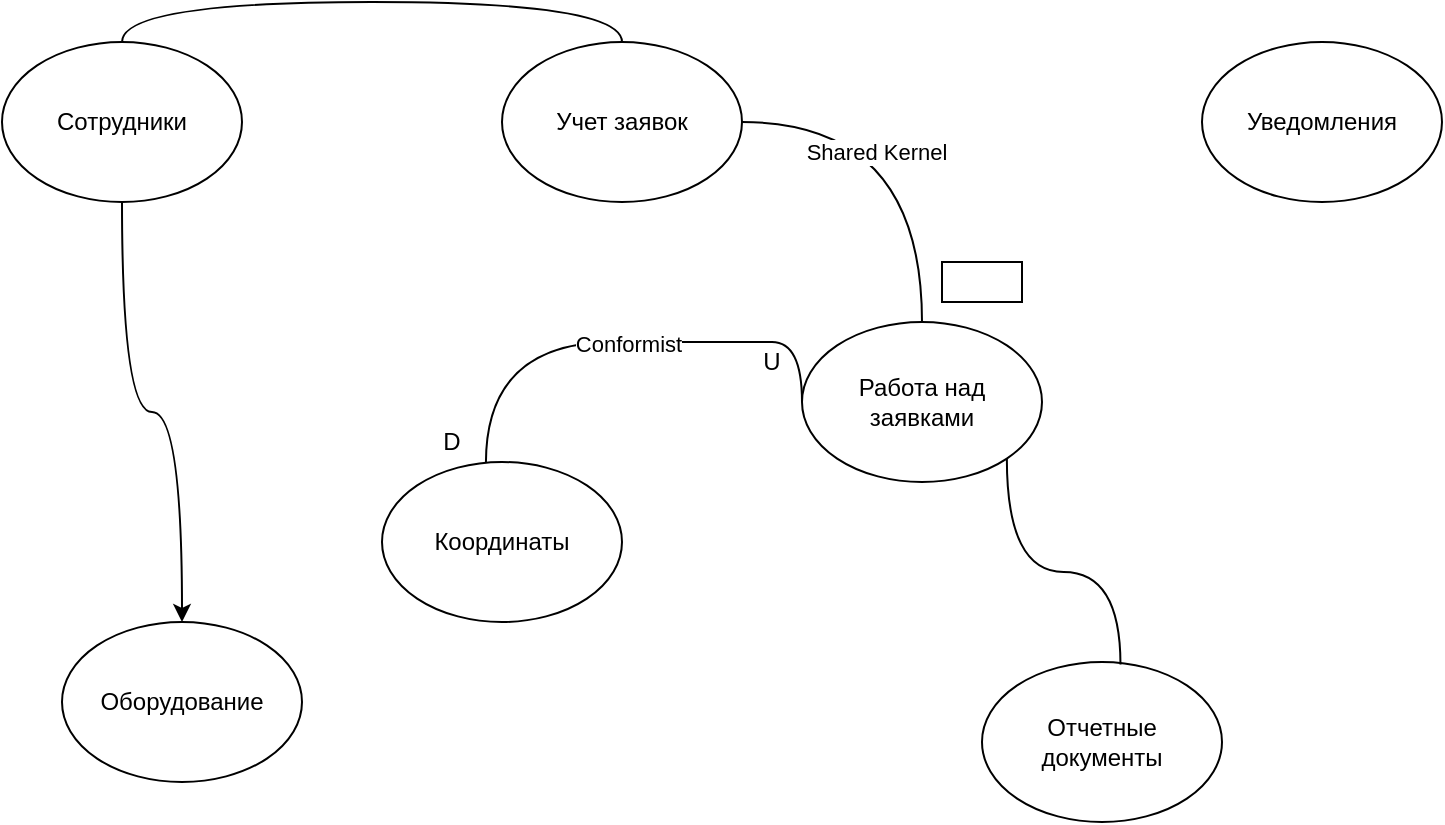
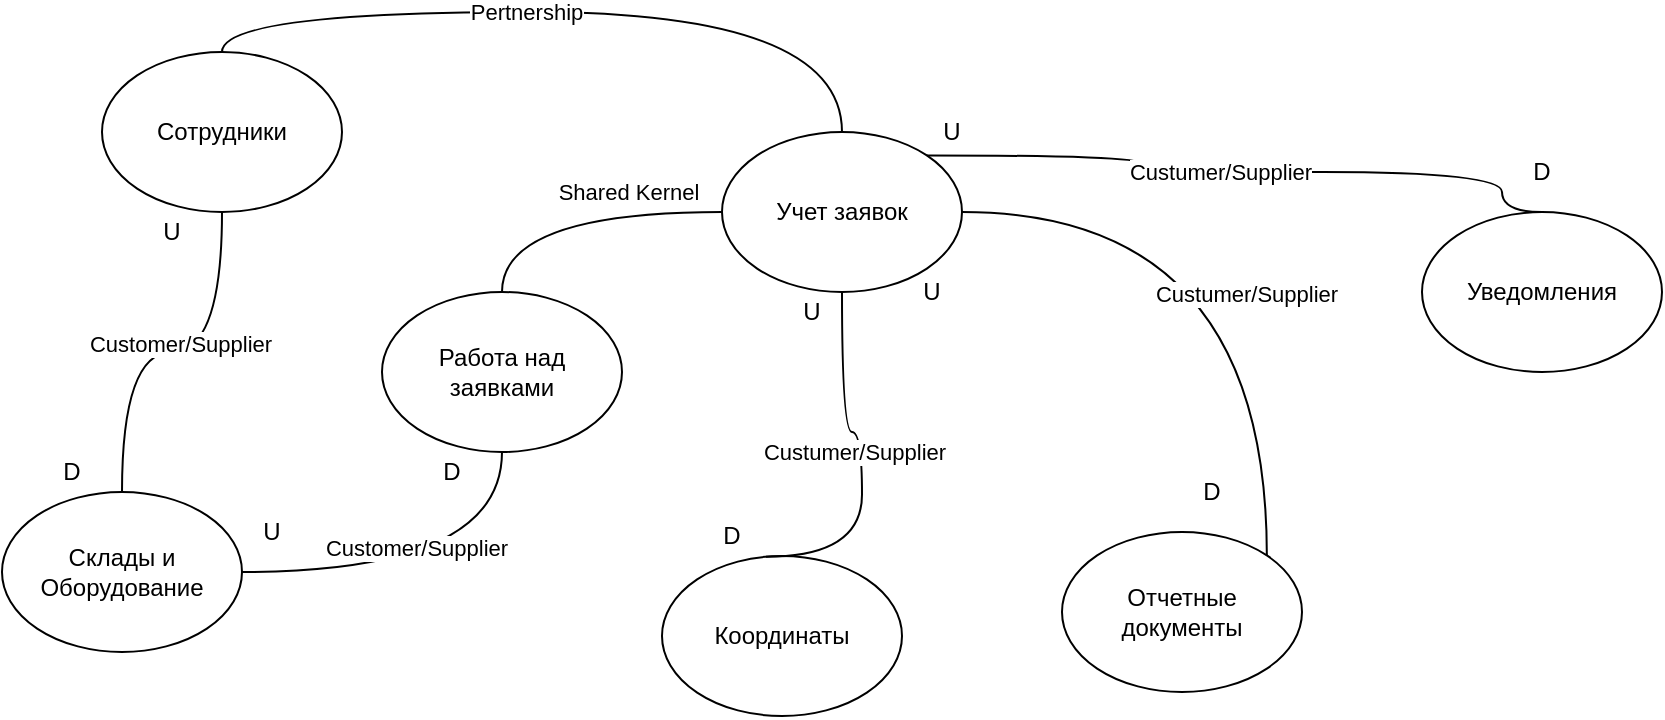
<mxfile host="Electron">
  <diagram name="Страница-1" id="HiubpvhsDHyr9DtJ3HnC">
    <mxGraphModel dx="1467" dy="922" grid="1" gridSize="10" guides="1" tooltips="1" connect="1" arrows="1" fold="1" page="1" pageScale="1" pageWidth="1169" pageHeight="827" math="0" shadow="0">
      <root>
        <mxCell id="0" />
        <mxCell id="1" parent="0" />
-         <mxCell id="nB9b9yfiMaed9kPT_c4q-5" edge="1" parent="1" source="nB9b9yfiMaed9kPT_c4q-1" style="edgeStyle=orthogonalEdgeStyle;curved=1;rounded=0;orthogonalLoop=1;jettySize=auto;html=1;exitX=1;exitY=0.5;exitDx=0;exitDy=0;endArrow=none;endFill=0;entryX=0.5;entryY=0;entryDx=0;entryDy=0;" target="nB9b9yfiMaed9kPT_c4q-2">
+         <mxCell id="nB9b9yfiMaed9kPT_c4q-5" edge="1" parent="1" source="nB9b9yfiMaed9kPT_c4q-1" style="edgeStyle=orthogonalEdgeStyle;curved=1;rounded=0;orthogonalLoop=1;jettySize=auto;html=1;exitX=0;exitY=0.5;exitDx=0;exitDy=0;endArrow=none;endFill=0;entryX=0.5;entryY=0;entryDx=0;entryDy=0;" target="nB9b9yfiMaed9kPT_c4q-2">
          <mxGeometry relative="1" as="geometry">
-             <mxPoint x="650" y="310" as="targetPoint" />
+             <mxPoint x="730" y="320" as="targetPoint" />
          </mxGeometry>
        </mxCell>
        <mxCell id="nB9b9yfiMaed9kPT_c4q-16" connectable="0" parent="nB9b9yfiMaed9kPT_c4q-5" style="edgeLabel;html=1;align=center;verticalAlign=middle;resizable=0;points=[];" value="Shared Kernel" vertex="1">
          <mxGeometry relative="1" x="-0.3026" y="-15" as="geometry">
+             <mxPoint x="5" y="5" as="offset" />
+           </mxGeometry>
+         </mxCell>
+         <mxCell id="nB9b9yfiMaed9kPT_c4q-1" parent="1" style="ellipse;whiteSpace=wrap;html=1;" value="Учет заявок" vertex="1">
+           <mxGeometry height="80" width="120" x="520" y="210" as="geometry" />
+         </mxCell>
+         <mxCell id="fduVtOwUDYbsOamu4CZA-3" edge="1" parent="1" source="nB9b9yfiMaed9kPT_c4q-2" style="edgeStyle=orthogonalEdgeStyle;curved=1;rounded=0;orthogonalLoop=1;jettySize=auto;html=1;exitX=0.5;exitY=1;exitDx=0;exitDy=0;entryX=1;entryY=0.5;entryDx=0;entryDy=0;endArrow=none;endFill=0;" target="nB9b9yfiMaed9kPT_c4q-17">
+           <mxGeometry relative="1" as="geometry" />
+         </mxCell>
+         <mxCell id="fduVtOwUDYbsOamu4CZA-4" connectable="0" parent="fduVtOwUDYbsOamu4CZA-3" style="edgeLabel;html=1;align=center;verticalAlign=middle;resizable=0;points=[];" value="Customer/Supplier" vertex="1">
+           <mxGeometry relative="1" x="0.0905" y="-12" as="geometry">
            <mxPoint as="offset" />
          </mxGeometry>
        </mxCell>
-         <mxCell id="nB9b9yfiMaed9kPT_c4q-1" parent="1" style="ellipse;whiteSpace=wrap;html=1;" value="Учет заявок" vertex="1">
-           <mxGeometry height="80" width="120" x="440" y="200" as="geometry" />
-         </mxCell>
        <mxCell id="nB9b9yfiMaed9kPT_c4q-2" parent="1" style="ellipse;whiteSpace=wrap;html=1;" value="Работа над заявками" vertex="1">
-           <mxGeometry height="80" width="120" x="590" y="340" as="geometry" />
+           <mxGeometry height="80" width="120" x="350" y="290" as="geometry" />
        </mxCell>
        <mxCell id="nB9b9yfiMaed9kPT_c4q-3" parent="1" style="ellipse;whiteSpace=wrap;html=1;" value="Координаты" vertex="1">
-           <mxGeometry height="80" width="120" x="380" y="410" as="geometry" />
+           <mxGeometry height="80" width="120" x="490" y="422" as="geometry" />
        </mxCell>
-         <mxCell id="nB9b9yfiMaed9kPT_c4q-6" parent="1" style="rounded=0;whiteSpace=wrap;html=1;" value="" vertex="1">
-           <mxGeometry height="20" width="40" x="660" y="310" as="geometry" />
-         </mxCell>
-         <mxCell id="nB9b9yfiMaed9kPT_c4q-7" edge="1" parent="1" source="nB9b9yfiMaed9kPT_c4q-2" style="edgeStyle=orthogonalEdgeStyle;curved=1;rounded=0;orthogonalLoop=1;jettySize=auto;html=1;exitX=0;exitY=0.5;exitDx=0;exitDy=0;entryX=0.433;entryY=0.005;entryDx=0;entryDy=0;entryPerimeter=0;shape=wire;dashed=1;endArrow=none;endFill=0;" target="nB9b9yfiMaed9kPT_c4q-3">
+         <mxCell id="nB9b9yfiMaed9kPT_c4q-7" edge="1" parent="1" source="nB9b9yfiMaed9kPT_c4q-1" style="edgeStyle=orthogonalEdgeStyle;curved=1;rounded=0;orthogonalLoop=1;jettySize=auto;html=1;exitX=0.5;exitY=1;exitDx=0;exitDy=0;entryX=0.433;entryY=0.005;entryDx=0;entryDy=0;entryPerimeter=0;shape=wire;dashed=1;endArrow=none;endFill=0;" target="nB9b9yfiMaed9kPT_c4q-3">
          <mxGeometry relative="1" as="geometry">
            <Array as="points">
-               <mxPoint x="560" y="350" />
-               <mxPoint x="342" y="350" />
+               <mxPoint x="580" y="360" />
+               <mxPoint x="590" y="360" />
+               <mxPoint x="590" y="422" />
            </Array>
          </mxGeometry>
        </mxCell>
-         <mxCell id="nB9b9yfiMaed9kPT_c4q-15" connectable="0" parent="nB9b9yfiMaed9kPT_c4q-7" style="edgeLabel;html=1;align=center;verticalAlign=middle;resizable=0;points=[];" value="Conformist" vertex="1">
-           <mxGeometry relative="1" x="-0.0525" y="1" as="geometry">
+         <mxCell id="7U6IpKb01XGxzRTkTT2g-1" connectable="0" parent="nB9b9yfiMaed9kPT_c4q-7" style="edgeLabel;html=1;align=center;verticalAlign=middle;resizable=0;points=[];" value="Custumer/Supplier" vertex="1">
+           <mxGeometry relative="1" x="-0.0604" y="-4" as="geometry">
            <mxPoint as="offset" />
          </mxGeometry>
        </mxCell>
        <mxCell id="nB9b9yfiMaed9kPT_c4q-11" parent="1" style="text;html=1;whiteSpace=wrap;strokeColor=none;fillColor=none;align=center;verticalAlign=middle;rounded=0;" value="U" vertex="1">
-           <mxGeometry height="20" width="30" x="560" y="350" as="geometry" />
+           <mxGeometry height="20" width="30" x="550" y="290" as="geometry" />
        </mxCell>
        <mxCell id="nB9b9yfiMaed9kPT_c4q-14" parent="1" style="text;html=1;whiteSpace=wrap;strokeColor=none;fillColor=none;align=center;verticalAlign=middle;rounded=0;" value="D" vertex="1">
-           <mxGeometry height="20" width="30" x="400" y="390" as="geometry" />
+           <mxGeometry height="20" width="30" x="510" y="402" as="geometry" />
        </mxCell>
-         <mxCell id="nB9b9yfiMaed9kPT_c4q-17" parent="1" style="ellipse;whiteSpace=wrap;html=1;" value="Оборудование" vertex="1">
-           <mxGeometry height="80" width="120" x="220" y="490" as="geometry" />
+         <mxCell id="nB9b9yfiMaed9kPT_c4q-17" parent="1" style="ellipse;whiteSpace=wrap;html=1;" value="Склады и Оборудование" vertex="1">
+           <mxGeometry height="80" width="120" x="160" y="390" as="geometry" />
        </mxCell>
        <mxCell id="nB9b9yfiMaed9kPT_c4q-18" parent="1" style="ellipse;whiteSpace=wrap;html=1;" value="Уведомления" vertex="1">
-           <mxGeometry height="80" width="120" x="790" y="200" as="geometry" />
+           <mxGeometry height="80" width="120" x="870" y="250" as="geometry" />
        </mxCell>
        <mxCell id="nB9b9yfiMaed9kPT_c4q-19" parent="1" style="ellipse;whiteSpace=wrap;html=1;" value="Отчетные документы" vertex="1">
-           <mxGeometry height="80" width="120" x="680" y="510" as="geometry" />
+           <mxGeometry height="80" width="120" x="690" y="410" as="geometry" />
        </mxCell>
-         <mxCell id="sA8cXAX7Wp-pWvpmBi-X-9" edge="1" parent="1" source="sA8cXAX7Wp-pWvpmBi-X-2" style="edgeStyle=orthogonalEdgeStyle;curved=1;rounded=0;orthogonalLoop=1;jettySize=auto;html=1;exitX=0.5;exitY=1;exitDx=0;exitDy=0;entryX=0.5;entryY=0;entryDx=0;entryDy=0;" target="nB9b9yfiMaed9kPT_c4q-17">
+         <mxCell id="sA8cXAX7Wp-pWvpmBi-X-9" edge="1" parent="1" source="sA8cXAX7Wp-pWvpmBi-X-2" style="edgeStyle=orthogonalEdgeStyle;curved=1;rounded=0;orthogonalLoop=1;jettySize=auto;html=1;exitX=0.5;exitY=1;exitDx=0;exitDy=0;entryX=0.5;entryY=0;entryDx=0;entryDy=0;endArrow=none;endFill=0;" target="nB9b9yfiMaed9kPT_c4q-17">
          <mxGeometry relative="1" as="geometry" />
        </mxCell>
+         <mxCell id="FODOFikSwrlQmv9uewor-7" connectable="0" parent="sA8cXAX7Wp-pWvpmBi-X-9" style="edgeLabel;html=1;align=center;verticalAlign=middle;resizable=0;points=[];" value="Customer/Supplier" vertex="1">
+           <mxGeometry relative="1" x="-0.044" y="-4" as="geometry">
+             <mxPoint as="offset" />
+           </mxGeometry>
+         </mxCell>
        <mxCell id="sA8cXAX7Wp-pWvpmBi-X-2" parent="1" style="ellipse;whiteSpace=wrap;html=1;" value="Сотрудники" vertex="1">
-           <mxGeometry height="80" width="120" x="190" y="200" as="geometry" />
+           <mxGeometry height="80" width="120" x="210" y="170" as="geometry" />
        </mxCell>
        <mxCell id="sA8cXAX7Wp-pWvpmBi-X-4" edge="1" parent="1" source="nB9b9yfiMaed9kPT_c4q-1" style="edgeStyle=orthogonalEdgeStyle;curved=1;rounded=0;orthogonalLoop=1;jettySize=auto;html=1;exitX=0.5;exitY=0;exitDx=0;exitDy=0;entryX=0.5;entryY=0;entryDx=0;entryDy=0;endArrow=none;endFill=0;" target="sA8cXAX7Wp-pWvpmBi-X-2">
          <mxGeometry relative="1" as="geometry" />
        </mxCell>
-         <mxCell id="sA8cXAX7Wp-pWvpmBi-X-8" edge="1" parent="1" source="nB9b9yfiMaed9kPT_c4q-2" style="edgeStyle=orthogonalEdgeStyle;curved=1;rounded=0;orthogonalLoop=1;jettySize=auto;html=1;exitX=1;exitY=1;exitDx=0;exitDy=0;entryX=0.577;entryY=0.015;entryDx=0;entryDy=0;entryPerimeter=0;endArrow=none;endFill=0;" target="nB9b9yfiMaed9kPT_c4q-19">
+         <mxCell id="FODOFikSwrlQmv9uewor-3" connectable="0" parent="sA8cXAX7Wp-pWvpmBi-X-4" style="edgeLabel;html=1;align=center;verticalAlign=middle;resizable=0;points=[];" value="Pertnership" vertex="1">
+           <mxGeometry relative="1" x="0.0773" y="-3" as="geometry">
+             <mxPoint x="-8" y="3" as="offset" />
+           </mxGeometry>
+         </mxCell>
+         <mxCell id="FODOFikSwrlQmv9uewor-4" edge="1" parent="1" source="nB9b9yfiMaed9kPT_c4q-18" style="edgeStyle=orthogonalEdgeStyle;curved=1;rounded=0;orthogonalLoop=1;jettySize=auto;html=1;exitX=0.5;exitY=0;exitDx=0;exitDy=0;entryX=1;entryY=0;entryDx=0;entryDy=0;endArrow=none;endFill=0;" target="nB9b9yfiMaed9kPT_c4q-1">
+           <mxGeometry relative="1" as="geometry">
+             <Array as="points">
+               <mxPoint x="910" y="250" />
+               <mxPoint x="910" y="230" />
+               <mxPoint x="730" y="230" />
+               <mxPoint x="730" y="222" />
+             </Array>
+             <mxPoint x="997.6" y="254.14" as="sourcePoint" />
+             <mxPoint x="730.0264068711928" y="125.85572875253787" as="targetPoint" />
+           </mxGeometry>
+         </mxCell>
+         <mxCell id="FODOFikSwrlQmv9uewor-5" connectable="0" parent="FODOFikSwrlQmv9uewor-4" style="edgeLabel;html=1;align=center;verticalAlign=middle;resizable=0;points=[];" value="Custumer/Supplier" vertex="1">
+           <mxGeometry relative="1" x="0.0773" y="-3" as="geometry">
+             <mxPoint y="3" as="offset" />
+           </mxGeometry>
+         </mxCell>
+         <mxCell id="FODOFikSwrlQmv9uewor-6" parent="1" style="text;html=1;whiteSpace=wrap;strokeColor=none;fillColor=none;align=center;verticalAlign=middle;rounded=0;" value="U" vertex="1">
+           <mxGeometry height="20" width="30" x="620" y="200" as="geometry" />
+         </mxCell>
+         <mxCell id="FODOFikSwrlQmv9uewor-8" parent="1" style="text;html=1;whiteSpace=wrap;strokeColor=none;fillColor=none;align=center;verticalAlign=middle;rounded=0;" value="U" vertex="1">
+           <mxGeometry height="20" width="30" x="230" y="250" as="geometry" />
+         </mxCell>
+         <mxCell id="FODOFikSwrlQmv9uewor-9" parent="1" style="text;html=1;whiteSpace=wrap;strokeColor=none;fillColor=none;align=center;verticalAlign=middle;rounded=0;" value="D" vertex="1">
+           <mxGeometry height="20" width="30" x="180" y="370" as="geometry" />
+         </mxCell>
+         <mxCell id="YrBuIPig_Ll58ydBJgm--3" parent="1" style="text;html=1;whiteSpace=wrap;strokeColor=none;fillColor=none;align=center;verticalAlign=middle;rounded=0;" value="D" vertex="1">
+           <mxGeometry height="20" width="30" x="915" y="220" as="geometry" />
+         </mxCell>
+         <mxCell id="7U6IpKb01XGxzRTkTT2g-3" parent="1" style="text;html=1;whiteSpace=wrap;strokeColor=none;fillColor=none;align=center;verticalAlign=middle;rounded=0;" value="U" vertex="1">
+           <mxGeometry height="20" width="30" x="610" y="280" as="geometry" />
+         </mxCell>
+         <mxCell id="7U6IpKb01XGxzRTkTT2g-4" parent="1" style="text;html=1;whiteSpace=wrap;strokeColor=none;fillColor=none;align=center;verticalAlign=middle;rounded=0;" value="D" vertex="1">
+           <mxGeometry height="20" width="30" x="750" y="380" as="geometry" />
+         </mxCell>
+         <mxCell id="fduVtOwUDYbsOamu4CZA-1" edge="1" parent="1" source="nB9b9yfiMaed9kPT_c4q-1" style="edgeStyle=orthogonalEdgeStyle;curved=1;rounded=0;orthogonalLoop=1;jettySize=auto;html=1;exitX=1;exitY=0.5;exitDx=0;exitDy=0;entryX=1;entryY=0;entryDx=0;entryDy=0;endArrow=none;endFill=0;" target="nB9b9yfiMaed9kPT_c4q-19">
          <mxGeometry relative="1" as="geometry" />
+         </mxCell>
+         <mxCell id="fduVtOwUDYbsOamu4CZA-2" connectable="0" parent="fduVtOwUDYbsOamu4CZA-1" style="edgeLabel;html=1;align=center;verticalAlign=middle;resizable=0;points=[];" value="Custumer/Supplier" vertex="1">
+           <mxGeometry relative="1" x="0.1925" y="-11" as="geometry">
+             <mxPoint as="offset" />
+           </mxGeometry>
+         </mxCell>
+         <mxCell id="fduVtOwUDYbsOamu4CZA-5" parent="1" style="text;html=1;whiteSpace=wrap;strokeColor=none;fillColor=none;align=center;verticalAlign=middle;rounded=0;" value="U" vertex="1">
+           <mxGeometry height="20" width="30" x="280" y="400" as="geometry" />
+         </mxCell>
+         <mxCell id="fduVtOwUDYbsOamu4CZA-6" parent="1" style="text;html=1;whiteSpace=wrap;strokeColor=none;fillColor=none;align=center;verticalAlign=middle;rounded=0;" value="D" vertex="1">
+           <mxGeometry height="20" width="30" x="370" y="370" as="geometry" />
        </mxCell>
      </root>
    </mxGraphModel>
  </diagram>
</mxfile>
